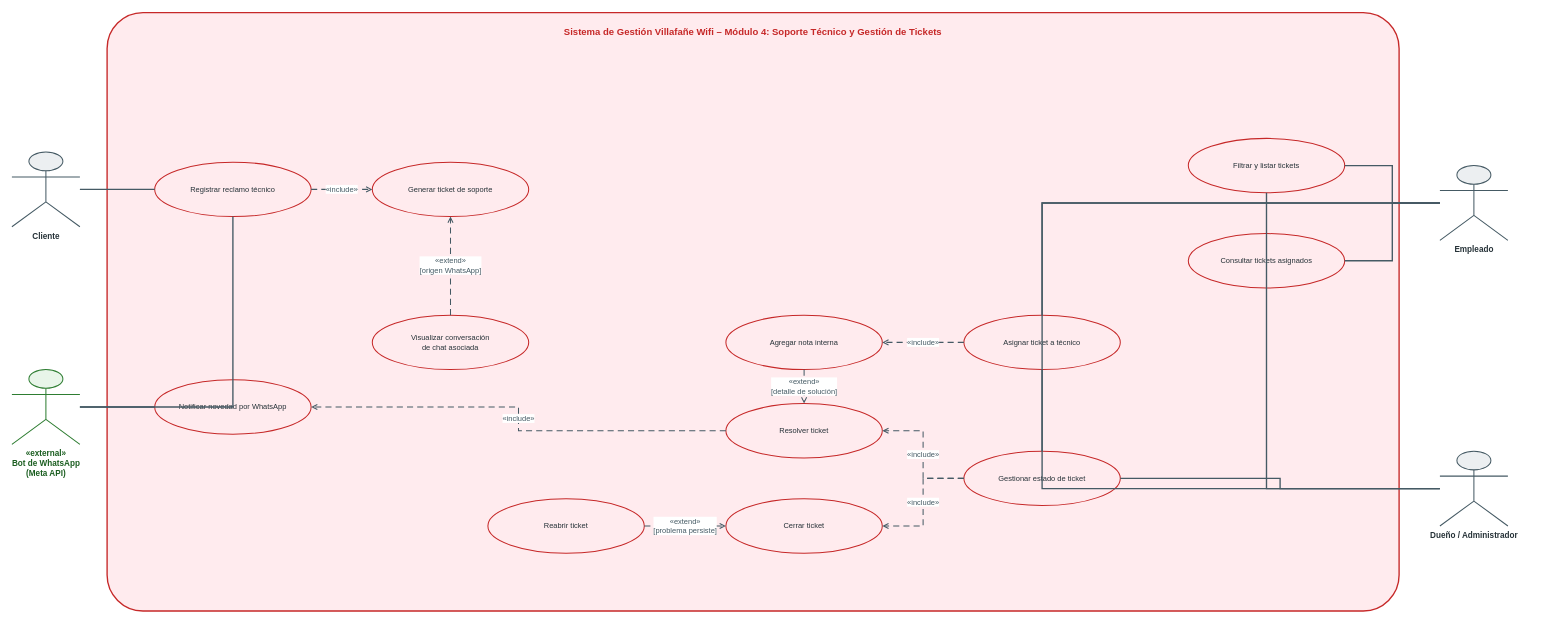
Ukiluli11/VillafaneWifi-Gestion-y-atencion keeps this draw.io diagram as Diagramas/Diagrama de Caso de Uso Modulo 4.drawio. Above is the earlier version. Source tidied: cells renumbered, new cells numbered last; positions are measured from the earlier drawing's top-left corner, leaving out a move shared by most shapes. Both pictures are drawn from the tidied source at 68%, with x=0, y=0 at pixel (12, 12).
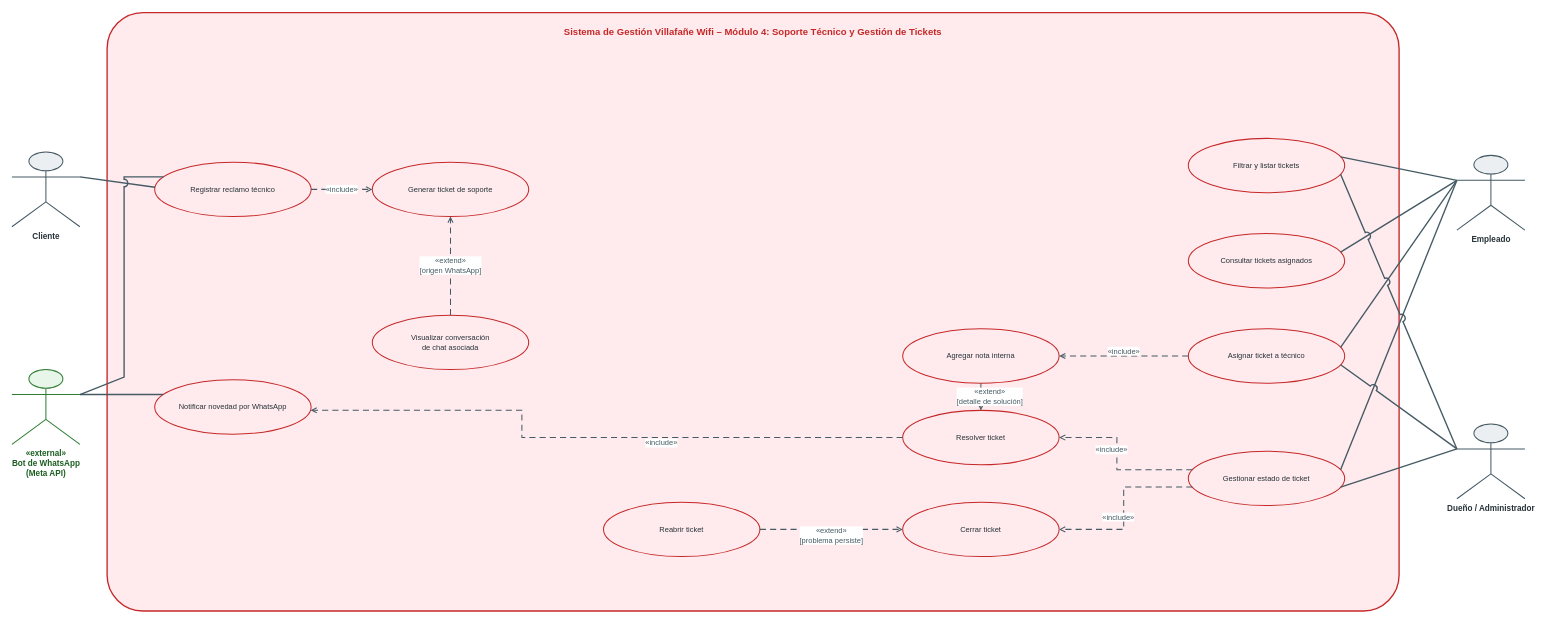
The same diagram, later.

Unchanged cells that the change refers to:
```xml
<mxCell id="3" value="Cliente" style="shape=umlActor;verticalLabelPosition=bottom;verticalAlign=top;html=1;outlineConnect=0;strokeWidth=1.5;fillColor=#ECEFF1;strokeColor=#455A64;fontColor=#263238;fontStyle=1;fontSize=12;" parent="1" vertex="1">
  <mxGeometry y="205" width="100" height="110" as="geometry" />
</mxCell>
<mxCell id="4" value="«external»&#10;Bot de WhatsApp&#10;(Meta API)" style="shape=umlActor;verticalLabelPosition=bottom;verticalAlign=top;html=1;outlineConnect=0;strokeWidth=1.5;fillColor=#E8F5E9;strokeColor=#2E7D32;fontColor=#1B5E20;fontStyle=1;fontSize=12;" parent="1" vertex="1">
  <mxGeometry y="525" width="100" height="110" as="geometry" />
</mxCell>
<mxCell id="7" value="Registrar reclamo técnico" style="ellipse;whiteSpace=wrap;html=1;fontSize=11;strokeWidth=1.5;fillColor=#FFEBEE;strokeColor=#C62828;fontColor=#263238;align=center;verticalAlign=middle;" parent="1" vertex="1">
  <mxGeometry x="210" y="220" width="230" height="80" as="geometry" />
</mxCell>
<mxCell id="9" value="Filtrar y listar tickets" style="ellipse;whiteSpace=wrap;html=1;fontSize=11;strokeWidth=1.5;fillColor=#FFEBEE;strokeColor=#C62828;fontColor=#263238;align=center;verticalAlign=middle;" parent="1" vertex="1">
  <mxGeometry x="1730" y="185" width="230" height="80" as="geometry" />
</mxCell>
<mxCell id="10" value="Consultar tickets asignados" style="ellipse;whiteSpace=wrap;html=1;fontSize=11;strokeWidth=1.5;fillColor=#FFEBEE;strokeColor=#C62828;fontColor=#263238;align=center;verticalAlign=middle;" parent="1" vertex="1">
  <mxGeometry x="1730" y="325" width="230" height="80" as="geometry" />
</mxCell>
<mxCell id="18" value="Notificar novedad por WhatsApp" style="ellipse;whiteSpace=wrap;html=1;fontSize=11;strokeWidth=1.5;fillColor=#FFEBEE;strokeColor=#C62828;fontColor=#263238;align=center;verticalAlign=middle;" parent="1" vertex="1">
  <mxGeometry x="210" y="540" width="230" height="80" as="geometry" />
</mxCell>
```

What changed in the source:
```diff
@@
     <mxCell id="5" value="Empleado" style="shape=umlActor;verticalLabelPosition=bottom;verticalAlign=top;html=1;outlineConnect=0;strokeWidth=1.5;fillColor=#ECEFF1;strokeColor=#455A64;fontColor=#263238;fontStyle=1;fontSize=12;" parent="1" vertex="1">
-      <mxGeometry x="2100" y="225" width="100" height="110" as="geometry" />
+      <mxGeometry x="2125" y="210" width="100" height="110" as="geometry" />
     </mxCell>
     <mxCell id="6" value="Dueño / Administrador" style="shape=umlActor;verticalLabelPosition=bottom;verticalAlign=top;html=1;outlineConnect=0;strokeWidth=1.5;fillColor=#ECEFF1;strokeColor=#455A64;fontColor=#263238;fontStyle=1;fontSize=12;" parent="1" vertex="1">
-      <mxGeometry x="2100" y="645" width="100" height="110" as="geometry" />
+      <mxGeometry x="2125" y="605" width="100" height="110" as="geometry" />
     </mxCell>
@@
     <mxCell id="11" value="Asignar ticket a técnico" style="ellipse;whiteSpace=wrap;html=1;fontSize=11;strokeWidth=1.5;fillColor=#FFEBEE;strokeColor=#C62828;fontColor=#263238;align=center;verticalAlign=middle;" parent="1" vertex="1">
-      <mxGeometry x="1400" y="445" width="230" height="80" as="geometry" />
+      <mxGeometry x="1730" y="465" width="230" height="80" as="geometry" />
     </mxCell>
     <mxCell id="12" value="Gestionar estado de ticket" style="ellipse;whiteSpace=wrap;html=1;fontSize=11;strokeWidth=1.5;fillColor=#FFEBEE;strokeColor=#C62828;fontColor=#263238;align=center;verticalAlign=middle;" parent="1" vertex="1">
-      <mxGeometry x="1400" y="645" width="230" height="80" as="geometry" />
+      <mxGeometry x="1730" y="645" width="230" height="80" as="geometry" />
     </mxCell>
     <mxCell id="13" value="Resolver ticket" style="ellipse;whiteSpace=wrap;html=1;fontSize=11;strokeWidth=1.5;fillColor=#FFEBEE;strokeColor=#C62828;fontColor=#263238;align=center;verticalAlign=middle;" parent="1" vertex="1">
-      <mxGeometry x="1050" y="575" width="230" height="80" as="geometry" />
+      <mxGeometry x="1310" y="585" width="230" height="80" as="geometry" />
     </mxCell>
     <mxCell id="14" value="Cerrar ticket" style="ellipse;whiteSpace=wrap;html=1;fontSize=11;strokeWidth=1.5;fillColor=#FFEBEE;strokeColor=#C62828;fontColor=#263238;align=center;verticalAlign=middle;" parent="1" vertex="1">
-      <mxGeometry x="1050" y="715" width="230" height="80" as="geometry" />
+      <mxGeometry x="1310" y="720" width="230" height="80" as="geometry" />
     </mxCell>
     <mxCell id="15" value="Reabrir ticket" style="ellipse;whiteSpace=wrap;html=1;fontSize=11;strokeWidth=1.5;fillColor=#FFEBEE;strokeColor=#C62828;fontColor=#263238;align=center;verticalAlign=middle;" parent="1" vertex="1">
-      <mxGeometry x="700" y="715" width="230" height="80" as="geometry" />
+      <mxGeometry x="870" y="720" width="230" height="80" as="geometry" />
     </mxCell>
     <mxCell id="16" value="Agregar nota interna" style="ellipse;whiteSpace=wrap;html=1;fontSize=11;strokeWidth=1.5;fillColor=#FFEBEE;strokeColor=#C62828;fontColor=#263238;align=center;verticalAlign=middle;" parent="1" vertex="1">
-      <mxGeometry x="1050" y="445" width="230" height="80" as="geometry" />
+      <mxGeometry x="1310" y="465" width="230" height="80" as="geometry" />
     </mxCell>
@@
-    <mxCell id="19" style="edgeStyle=orthogonalEdgeStyle;rounded=0;jettySize=auto;html=1;endArrow=none;strokeWidth=2;strokeColor=#455A64;" parent="1" edge="1" source="3" target="7">
+    <mxCell id="19" style="rounded=0;html=1;endArrow=none;strokeWidth=2;strokeColor=#455A64;noEdgeStyle=1;jumpStyle=arc;jumpSize=9;exitPerimeter=0;entryPerimeter=0;exitX=1;exitY=0.3333;entryX=0.0016;entryY=0.46;" parent="1" edge="1" source="3" target="7">
       <mxGeometry relative="1" as="geometry" />
     </mxCell>
-    <mxCell id="20" style="edgeStyle=orthogonalEdgeStyle;rounded=0;jettySize=auto;html=1;endArrow=none;strokeWidth=2;strokeColor=#455A64;" parent="1" edge="1" source="4" target="7">
-      <mxGeometry relative="1" as="geometry" />
+    <mxCell id="20" style="rounded=0;html=1;endArrow=none;strokeWidth=2;strokeColor=#455A64;noEdgeStyle=1;jumpStyle=arc;jumpSize=9;exitPerimeter=0;entryPerimeter=0;exitX=1;exitY=0.3333;entryX=0.056;entryY=0.27;" parent="1" edge="1" source="4" target="7">
+      <mxGeometry relative="1" as="geometry">
+        <Array as="points">
+          <mxPoint x="165" y="536" />
+          <mxPoint x="165" y="241.6" />
+        </Array>
+      </mxGeometry>
     </mxCell>
-    <mxCell id="21" style="edgeStyle=orthogonalEdgeStyle;rounded=0;jettySize=auto;html=1;endArrow=none;strokeWidth=2;strokeColor=#455A64;" parent="1" edge="1" source="4" target="18">
+    <mxCell id="21" style="rounded=0;html=1;endArrow=none;strokeWidth=2;strokeColor=#455A64;noEdgeStyle=1;jumpStyle=arc;jumpSize=9;exitPerimeter=0;entryPerimeter=0;exitX=1;exitY=0.3333;entryX=0.056;entryY=0.27;" parent="1" edge="1" source="4" target="18">
       <mxGeometry relative="1" as="geometry" />
     </mxCell>
-    <mxCell id="22" style="edgeStyle=orthogonalEdgeStyle;rounded=0;jettySize=auto;html=1;endArrow=none;strokeWidth=2;strokeColor=#455A64;" parent="1" edge="1" source="5" target="9">
+    <mxCell id="22" style="rounded=0;html=1;endArrow=none;strokeWidth=2;strokeColor=#455A64;noEdgeStyle=1;jumpStyle=arc;jumpSize=9;exitPerimeter=0;entryPerimeter=0;exitX=0;exitY=0.3333;entryX=0.9737;entryY=0.34;" parent="1" edge="1" source="5" target="9">
       <mxGeometry relative="1" as="geometry" />
     </mxCell>
-    <mxCell id="23" style="edgeStyle=orthogonalEdgeStyle;rounded=0;jettySize=auto;html=1;endArrow=none;strokeWidth=2;strokeColor=#455A64;" parent="1" edge="1" source="5" target="10">
+    <mxCell id="23" style="rounded=0;html=1;endArrow=none;strokeWidth=2;strokeColor=#455A64;noEdgeStyle=1;jumpStyle=arc;jumpSize=9;exitPerimeter=0;entryPerimeter=0;exitX=0;exitY=0.3333;entryX=0.9737;entryY=0.34;" parent="1" edge="1" source="5" target="10">
       <mxGeometry relative="1" as="geometry" />
     </mxCell>
-    <mxCell id="24" style="edgeStyle=orthogonalEdgeStyle;rounded=0;jettySize=auto;html=1;endArrow=none;strokeWidth=2;strokeColor=#455A64;" parent="1" edge="1" source="5" target="11">
+    <mxCell id="24" style="rounded=0;html=1;endArrow=none;strokeWidth=2;strokeColor=#455A64;noEdgeStyle=1;jumpStyle=arc;jumpSize=9;exitPerimeter=0;entryPerimeter=0;exitX=0;exitY=0.3333;entryX=0.9737;entryY=0.34;" parent="1" edge="1" source="5" target="11">
       <mxGeometry relative="1" as="geometry" />
     </mxCell>
-    <mxCell id="25" style="edgeStyle=orthogonalEdgeStyle;rounded=0;jettySize=auto;html=1;endArrow=none;strokeWidth=2;strokeColor=#455A64;" parent="1" edge="1" source="5" target="12">
+    <mxCell id="25" style="rounded=0;html=1;endArrow=none;strokeWidth=2;strokeColor=#455A64;noEdgeStyle=1;jumpStyle=arc;jumpSize=9;exitPerimeter=0;entryPerimeter=0;exitX=0;exitY=0.3333;entryX=0.9737;entryY=0.34;" parent="1" edge="1" source="5" target="12">
       <mxGeometry relative="1" as="geometry" />
     </mxCell>
-    <mxCell id="26" style="edgeStyle=orthogonalEdgeStyle;rounded=0;jettySize=auto;html=1;endArrow=none;strokeWidth=2;strokeColor=#455A64;" parent="1" edge="1" source="6" target="9">
+    <mxCell id="26" style="rounded=0;html=1;endArrow=none;strokeWidth=2;strokeColor=#455A64;noEdgeStyle=1;jumpStyle=arc;jumpSize=9;exitPerimeter=0;entryPerimeter=0;exitX=0;exitY=0.3333;entryX=0.9737;entryY=0.66;" parent="1" edge="1" source="6" target="9">
       <mxGeometry relative="1" as="geometry" />
     </mxCell>
-    <mxCell id="27" style="edgeStyle=orthogonalEdgeStyle;rounded=0;jettySize=auto;html=1;endArrow=none;strokeWidth=2;strokeColor=#455A64;" parent="1" edge="1" source="6" target="11">
+    <mxCell id="27" style="rounded=0;html=1;endArrow=none;strokeWidth=2;strokeColor=#455A64;noEdgeStyle=1;jumpStyle=arc;jumpSize=9;exitPerimeter=0;entryPerimeter=0;exitX=0;exitY=0.3333;entryX=0.9737;entryY=0.66;" parent="1" edge="1" source="6" target="11">
       <mxGeometry relative="1" as="geometry" />
     </mxCell>
-    <mxCell id="28" style="edgeStyle=orthogonalEdgeStyle;rounded=0;jettySize=auto;html=1;endArrow=none;strokeWidth=2;strokeColor=#455A64;" parent="1" edge="1" source="6" target="12">
+    <mxCell id="28" style="rounded=0;html=1;endArrow=none;strokeWidth=2;strokeColor=#455A64;noEdgeStyle=1;jumpStyle=arc;jumpSize=9;exitPerimeter=0;entryPerimeter=0;exitX=0;exitY=0.3333;entryX=0.9737;entryY=0.66;" parent="1" edge="1" source="6" target="12">
       <mxGeometry relative="1" as="geometry" />
     </mxCell>
@@
-    <mxCell id="30" value="«include»" style="edgeStyle=orthogonalEdgeStyle;rounded=0;html=1;dashed=1;dashPattern=6 4;endArrow=open;endFill=0;strokeWidth=1.5;fontSize=11;strokeColor=#455A64;fontColor=#455A64;" parent="1" edge="1" source="12" target="13">
-      <mxGeometry relative="1" as="geometry" />
+    <mxCell id="30" value="«include»" style="rounded=0;html=1;dashed=1;dashPattern=6 4;endArrow=open;endFill=0;strokeWidth=1.5;fontSize=11;strokeColor=#455A64;fontColor=#455A64;noEdgeStyle=1;jumpStyle=arc;jumpSize=9;exitPerimeter=0;entryPerimeter=0;exitX=0.0263;exitY=0.34;entryX=1;entryY=0.5;" parent="1" edge="1" source="12" target="13">
+      <mxGeometry x="0.15" y="8" relative="1" as="geometry">
+        <Array as="points">
+          <mxPoint x="1625" y="672.2" />
+          <mxPoint x="1625" y="625" />
+        </Array>
+      </mxGeometry>
     </mxCell>
-    <mxCell id="31" value="«include»" style="edgeStyle=orthogonalEdgeStyle;rounded=0;html=1;dashed=1;dashPattern=6 4;endArrow=open;endFill=0;strokeWidth=1.5;fontSize=11;strokeColor=#455A64;fontColor=#455A64;" parent="1" edge="1" source="12" target="14">
-      <mxGeometry relative="1" as="geometry" />
+    <mxCell id="31" value="«include»" style="rounded=0;html=1;dashed=1;dashPattern=6 4;endArrow=open;endFill=0;strokeWidth=1.5;fontSize=11;strokeColor=#455A64;fontColor=#455A64;noEdgeStyle=1;jumpStyle=arc;jumpSize=9;exitPerimeter=0;entryPerimeter=0;exitX=0.0263;exitY=0.66;entryX=1;entryY=0.5;" parent="1" edge="1" source="12" target="14">
+      <mxGeometry x="0.12" y="-8" relative="1" as="geometry">
+        <Array as="points">
+          <mxPoint x="1635" y="697.8" />
+          <mxPoint x="1635" y="760" />
+        </Array>
+      </mxGeometry>
     </mxCell>
-    <mxCell id="32" value="«include»" style="edgeStyle=orthogonalEdgeStyle;rounded=0;html=1;dashed=1;dashPattern=6 4;endArrow=open;endFill=0;strokeWidth=1.5;fontSize=11;strokeColor=#455A64;fontColor=#455A64;" parent="1" edge="1" source="11" target="16">
-      <mxGeometry relative="1" as="geometry" />
+    <mxCell id="32" value="«include»" style="rounded=0;html=1;dashed=1;dashPattern=6 4;endArrow=open;endFill=0;strokeWidth=1.5;fontSize=11;strokeColor=#455A64;fontColor=#455A64;noEdgeStyle=1;jumpStyle=arc;jumpSize=9;exitPerimeter=0;entryPerimeter=0;exitX=0;exitY=0.5;entryX=1;entryY=0.5;" parent="1" edge="1" source="11" target="16">
+      <mxGeometry y="-7" relative="1" as="geometry" />
     </mxCell>
-    <mxCell id="33" value="«include»" style="edgeStyle=orthogonalEdgeStyle;rounded=0;html=1;dashed=1;dashPattern=6 4;endArrow=open;endFill=0;strokeWidth=1.5;fontSize=11;strokeColor=#455A64;fontColor=#455A64;" parent="1" edge="1" source="13" target="18">
-      <mxGeometry relative="1" as="geometry" />
+    <mxCell id="33" value="«include»" style="rounded=0;html=1;dashed=1;dashPattern=6 4;endArrow=open;endFill=0;strokeWidth=1.5;fontSize=11;strokeColor=#455A64;fontColor=#455A64;noEdgeStyle=1;jumpStyle=arc;jumpSize=9;exitPerimeter=0;entryPerimeter=0;exitX=0;exitY=0.5;entryX=0.9964;entryY=0.56;" parent="1" edge="1" source="13" target="18">
+      <mxGeometry x="-0.22" y="8" relative="1" as="geometry">
+        <Array as="points">
+          <mxPoint x="750" y="625" />
+          <mxPoint x="750" y="584.8" />
+        </Array>
+      </mxGeometry>
     </mxCell>
-    <mxCell id="34" value="«extend»&#10;[problema persiste]" style="edgeStyle=orthogonalEdgeStyle;rounded=0;html=1;dashed=1;dashPattern=6 4;endArrow=open;endFill=0;strokeWidth=1.5;fontSize=11;strokeColor=#455A64;fontColor=#455A64;" parent="1" edge="1" source="15" target="14">
-      <mxGeometry relative="1" as="geometry" />
+    <mxCell id="34" value="«extend»&#10;[problema persiste]" style="rounded=0;html=1;dashed=1;dashPattern=6 4;endArrow=open;endFill=0;strokeWidth=1.5;fontSize=11;strokeColor=#455A64;fontColor=#455A64;noEdgeStyle=1;jumpStyle=arc;jumpSize=9;exitPerimeter=0;entryPerimeter=0;exitX=1;exitY=0.5;entryX=0;entryY=0.5;" parent="1" edge="1" source="15" target="14">
+      <mxGeometry y="-9" relative="1" as="geometry" />
     </mxCell>
@@
-    <mxCell id="36" value="«extend»&#10;[detalle de solución]" style="edgeStyle=orthogonalEdgeStyle;rounded=0;html=1;dashed=1;dashPattern=6 4;endArrow=open;endFill=0;strokeWidth=1.5;fontSize=11;strokeColor=#455A64;fontColor=#455A64;" parent="1" edge="1" source="16" target="13">
-      <mxGeometry relative="1" as="geometry" />
+    <mxCell id="36" value="«extend»&#10;[detalle de solución]" style="rounded=0;html=1;dashed=1;dashPattern=6 4;endArrow=open;endFill=0;strokeWidth=1.5;fontSize=11;strokeColor=#455A64;fontColor=#455A64;noEdgeStyle=1;jumpStyle=arc;jumpSize=9;exitPerimeter=0;entryPerimeter=0;exitX=0.5;exitY=1;entryX=0.5;entryY=0;" parent="1" edge="1" source="16" target="13">
+      <mxGeometry y="13" relative="1" as="geometry" />
     </mxCell>
```
